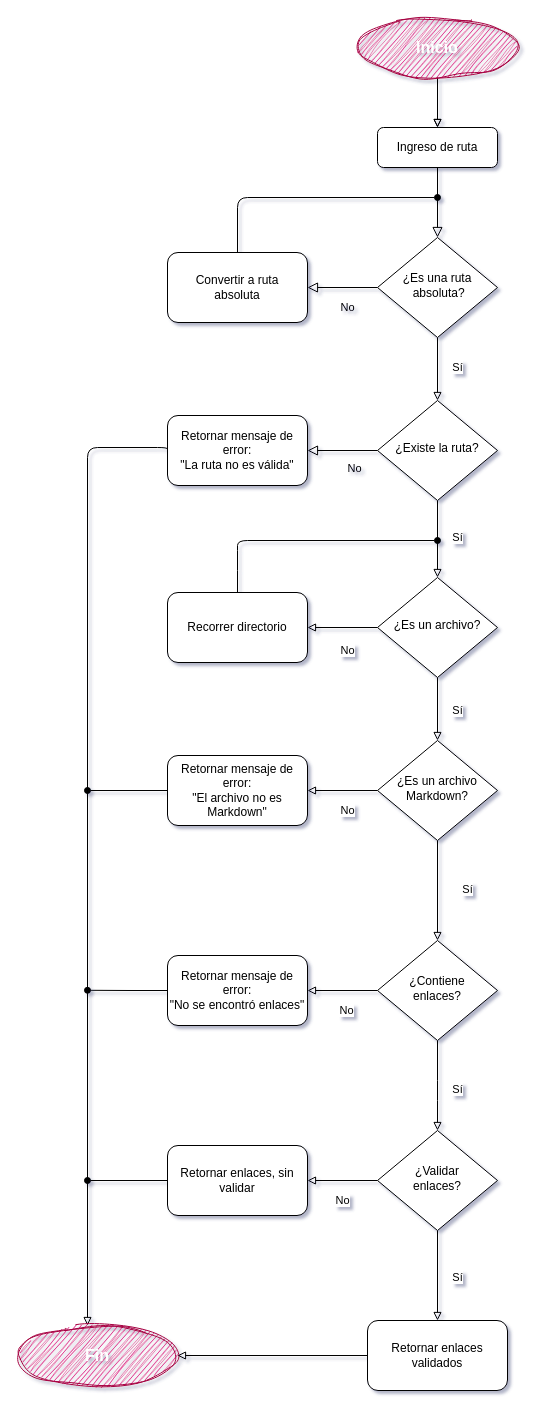
The draw.io diagram diagrama.drawio in LizettePerez/DEV006-md-links, before the edit. Source tidied: cells renumbered, new cells numbered last; positions are measured from the earlier drawing's top-left corner, leaving out a move shared by most shapes. Both pictures are drawn from the tidied source at 100%, with x=0, y=0 at pixel (17, 17).
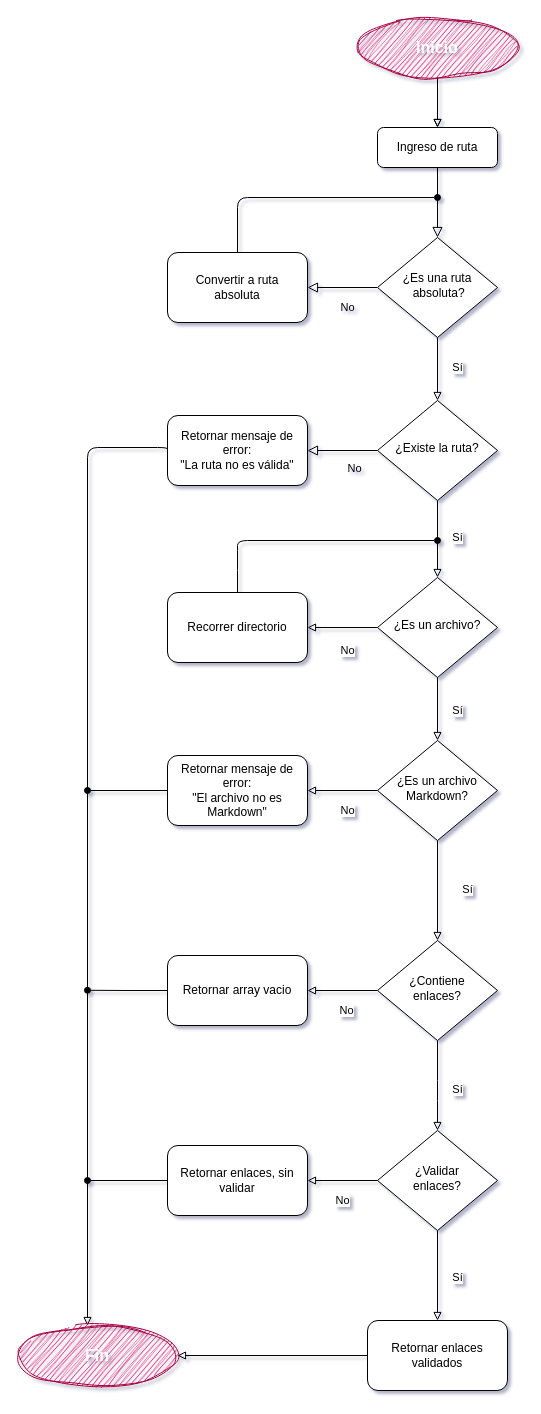
After the change.

Commit message:
modificacion diagrama de flujo

Change to the diagram source:
```diff
@@
-    <mxCell id="32" value="Retornar mensaje de error:&lt;br&gt;&quot;No se encontró enlaces&quot;" style="rounded=1;whiteSpace=wrap;html=1;fontSize=12;glass=0;strokeWidth=1;shadow=0;" parent="1" vertex="1">
+    <mxCell id="32" value="Retornar array vacio" style="rounded=1;whiteSpace=wrap;html=1;fontSize=12;glass=0;strokeWidth=1;shadow=0;" parent="1" vertex="1">
       <mxGeometry x="150" y="938" width="140" height="70" as="geometry" />
     </mxCell>
```
